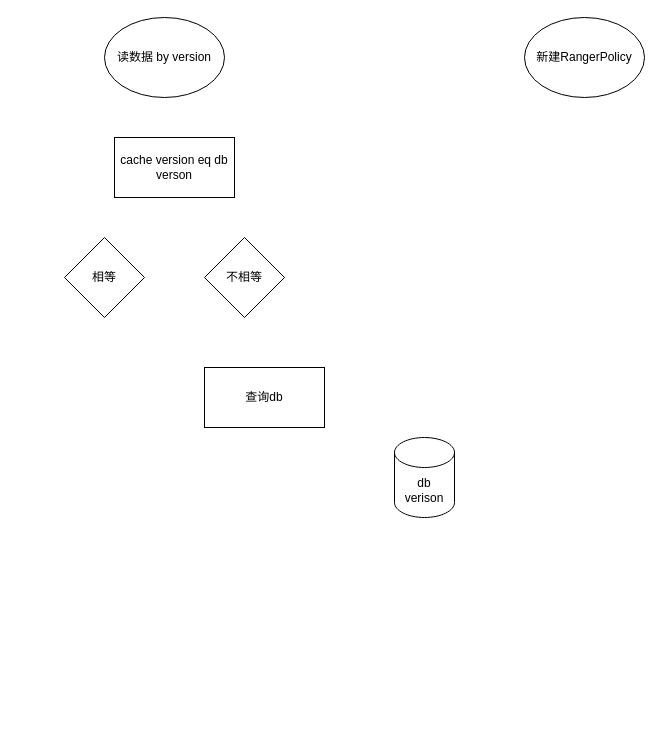
liangrui1988/diagrams keeps this draw.io diagram as Untitled Diagram.drawio. Above is the earlier version. Source tidied: cells renumbered, new cells numbered last; positions are measured from the earlier drawing's top-left corner, leaving out a move shared by most shapes. Both pictures are drawn from the tidied source at 100%, with x=0, y=0 at pixel (64, 17).
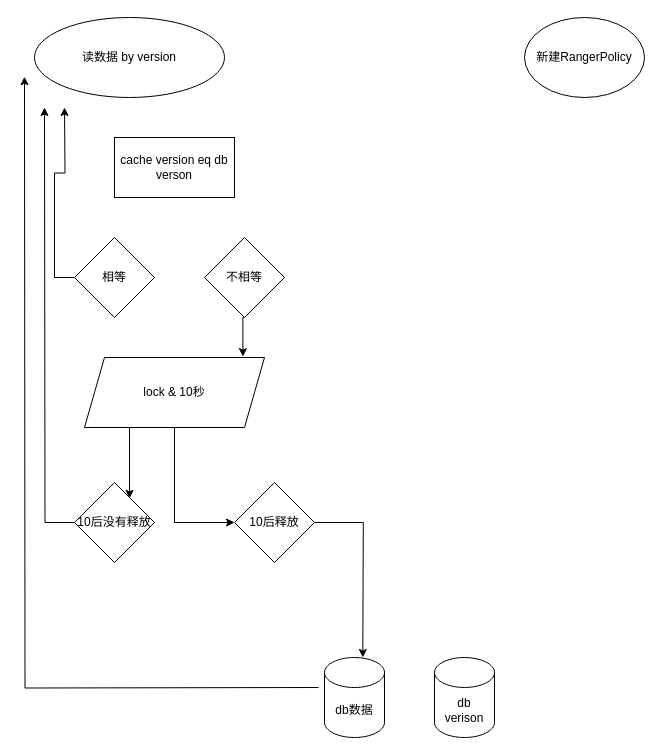
Above is the later version.

The change refers to these unchanged cells:
```xml
<mxCell id="7" value="不相等" style="rhombus;whiteSpace=wrap;html=1;" parent="1" vertex="1">
  <mxGeometry x="140" y="220" width="80" height="80" as="geometry" />
</mxCell>
```

Change to the diagram source:
```diff
@@
     <mxCell id="3" value="读数据 by version" style="ellipse;whiteSpace=wrap;html=1;" parent="1" vertex="1">
-      <mxGeometry x="40" width="120" height="80" as="geometry" />
+      <mxGeometry x="-30" width="190" height="80" as="geometry" />
     </mxCell>
     <mxCell id="4" value="db&lt;br&gt;verison" style="shape=cylinder3;whiteSpace=wrap;html=1;boundedLbl=1;backgroundOutline=1;size=15;" parent="1" vertex="1">
-      <mxGeometry x="330" y="420" width="60" height="80" as="geometry" />
+      <mxGeometry x="370" y="640" width="60" height="80" as="geometry" />
     </mxCell>
@@
+    <mxCell id="9" style="edgeStyle=orthogonalEdgeStyle;rounded=0;jettySize=auto;html=1;exitX=0;exitY=0.5;exitDx=0;exitDy=0;" parent="1" edge="1" source="6">
+      <mxGeometry relative="1" as="geometry">
+        <mxPoint y="90" as="targetPoint" />
+      </mxGeometry>
+    </mxCell>
     <mxCell id="6" value="相等" style="rhombus;whiteSpace=wrap;html=1;" parent="1" vertex="1">
-      <mxGeometry y="220" width="80" height="80" as="geometry" />
+      <mxGeometry x="10" y="220" width="80" height="80" as="geometry" />
     </mxCell>
+    <mxCell id="10" style="edgeStyle=orthogonalEdgeStyle;rounded=0;jettySize=auto;html=1;exitX=0.5;exitY=1;exitDx=0;exitDy=0;entryX=0.88;entryY=-0.012;entryDx=0;entryDy=0;entryPerimeter=0;" parent="1" edge="1" source="7" target="14">
+      <mxGeometry relative="1" as="geometry" />
+    </mxCell>
@@
-    <mxCell id="8" value="查询db" style="rounded=0;whiteSpace=wrap;html=1;" parent="1" vertex="1">
-      <mxGeometry x="140" y="350" width="120" height="60" as="geometry" />
-    </mxCell>
+    <mxCell id="11" style="edgeStyle=orthogonalEdgeStyle;rounded=0;orthogonalLoop=1;jettySize=auto;html=1;" parent="1" edge="1">
+      <mxGeometry relative="1" as="geometry">
+        <mxPoint x="254" y="670" as="sourcePoint" />
+        <mxPoint x="-40" y="59.2" as="targetPoint" />
+      </mxGeometry>
+    </mxCell>
+    <mxCell id="12" style="edgeStyle=orthogonalEdgeStyle;rounded=0;jettySize=auto;html=1;exitX=0.5;exitY=1;exitDx=0;exitDy=0;entryX=0;entryY=0.5;entryDx=0;entryDy=0;" parent="1" edge="1" source="14" target="18">
+      <mxGeometry relative="1" as="geometry" />
+    </mxCell>
+    <mxCell id="13" style="edgeStyle=orthogonalEdgeStyle;rounded=0;jettySize=auto;html=1;exitX=0.25;exitY=1;exitDx=0;exitDy=0;entryX=0.688;entryY=0.198;entryDx=0;entryDy=0;entryPerimeter=0;" parent="1" edge="1" source="14" target="16">
+      <mxGeometry relative="1" as="geometry" />
+    </mxCell>
+    <mxCell id="14" value="&amp;nbsp;lock &amp;amp; 10秒&amp;nbsp;" style="shape=parallelogram;perimeter=parallelogramPerimeter;whiteSpace=wrap;html=1;fixedSize=1;" parent="1" vertex="1">
+      <mxGeometry x="20" y="340" width="180" height="70" as="geometry" />
+    </mxCell>
+    <mxCell id="15" style="edgeStyle=orthogonalEdgeStyle;rounded=0;jettySize=auto;html=1;exitX=0;exitY=0.5;exitDx=0;exitDy=0;" parent="1" edge="1" source="16">
+      <mxGeometry relative="1" as="geometry">
+        <mxPoint x="-20" y="90" as="targetPoint" />
+      </mxGeometry>
+    </mxCell>
+    <mxCell id="16" value="10后没有释放" style="rhombus;whiteSpace=wrap;html=1;" parent="1" vertex="1">
+      <mxGeometry x="10" y="465" width="80" height="80" as="geometry" />
+    </mxCell>
+    <mxCell id="17" style="edgeStyle=orthogonalEdgeStyle;rounded=0;jettySize=auto;html=1;entryX=0.369;entryY=0;entryDx=0;entryDy=0;entryPerimeter=0;" parent="1" edge="1" source="18">
+      <mxGeometry relative="1" as="geometry">
+        <mxPoint x="298.3" y="640" as="targetPoint" />
+      </mxGeometry>
+    </mxCell>
+    <mxCell id="18" value="10后释放" style="rhombus;whiteSpace=wrap;html=1;" parent="1" vertex="1">
+      <mxGeometry x="170" y="465" width="80" height="80" as="geometry" />
+    </mxCell>
+    <mxCell id="19" value="db数据" style="shape=cylinder3;whiteSpace=wrap;html=1;boundedLbl=1;backgroundOutline=1;size=15;" parent="1" vertex="1">
+      <mxGeometry x="260" y="640" width="60" height="80" as="geometry" />
+    </mxCell>
```
